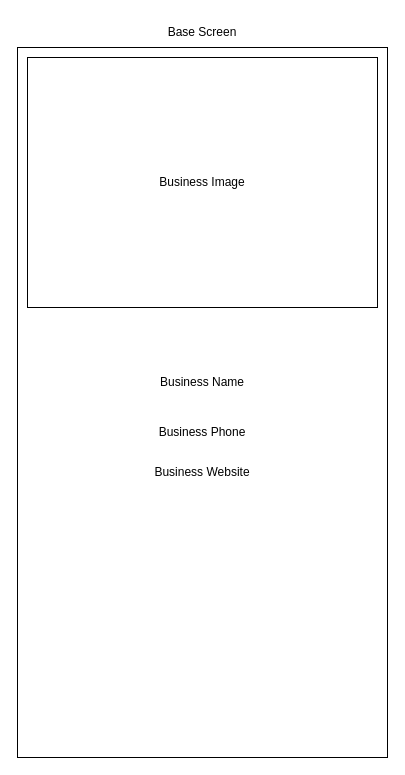
The draw.io diagram Week2/MyFirstApp/docs/BusinessInformation.drawio in ThomasJWolf/IST-236, before the edit. Source tidied: cells renumbered, new cells numbered last; positions are measured from the earlier drawing's top-left corner, leaving out a move shared by most shapes. Both pictures are drawn from the tidied source at 100%, with x=0, y=0 at pixel (17, 17).
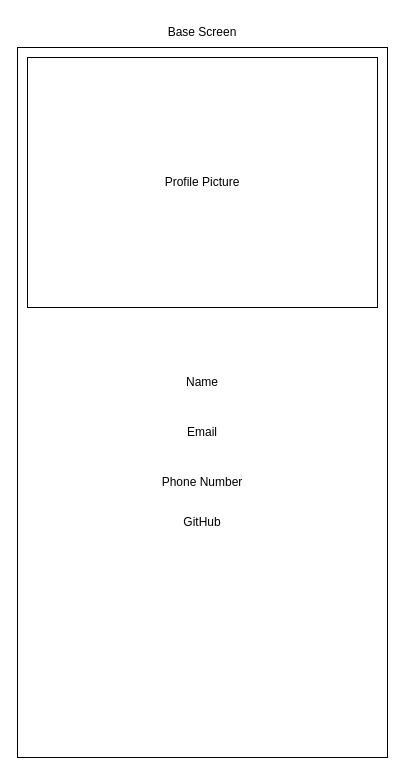
Above is the later version.

What changed in the source:
```diff
@@
 <mxGraphModel>
   <root>
     <mxCell id="0" />
     <mxCell id="1" parent="0" />
     <mxCell id="2" style="rounded=0;whiteSpace=wrap;html=1;" parent="1" vertex="1">
       <mxGeometry y="30" width="370" height="710" as="geometry" />
     </mxCell>
-    <mxCell id="3" value="Business Name" style="text;html=1;strokeColor=none;fillColor=none;align=center;verticalAlign=middle;whiteSpace=wrap;rounded=0;" parent="1" vertex="1">
+    <mxCell id="3" value="Name" style="text;html=1;strokeColor=none;fillColor=none;align=center;verticalAlign=middle;whiteSpace=wrap;rounded=0;" parent="1" vertex="1">
       <mxGeometry x="95" y="350" width="180" height="30" as="geometry" />
     </mxCell>
-    <mxCell id="4" value="Business Image" style="rounded=0;whiteSpace=wrap;html=1;" parent="1" vertex="1">
+    <mxCell id="4" value="Profile Picture" style="rounded=0;whiteSpace=wrap;html=1;" parent="1" vertex="1">
       <mxGeometry x="10" y="40" width="350" height="250" as="geometry" />
     </mxCell>
-    <mxCell id="5" value="Business Phone" style="text;html=1;strokeColor=none;fillColor=none;align=center;verticalAlign=middle;whiteSpace=wrap;rounded=0;" parent="1" vertex="1">
+    <mxCell id="5" value="Email" style="text;html=1;strokeColor=none;fillColor=none;align=center;verticalAlign=middle;whiteSpace=wrap;rounded=0;" parent="1" vertex="1">
       <mxGeometry x="135" y="400" width="100" height="30" as="geometry" />
     </mxCell>
-    <mxCell id="6" value="Business Website" style="text;html=1;strokeColor=none;fillColor=none;align=center;verticalAlign=middle;whiteSpace=wrap;rounded=0;" parent="1" vertex="1">
-      <mxGeometry x="135" y="440" width="100" height="30" as="geometry" />
+    <mxCell id="6" value="Phone Number" style="text;html=1;strokeColor=none;fillColor=none;align=center;verticalAlign=middle;whiteSpace=wrap;rounded=0;" parent="1" vertex="1">
+      <mxGeometry x="135" y="450" width="100" height="30" as="geometry" />
     </mxCell>
     <mxCell id="7" value="Base Screen" style="text;html=1;strokeColor=none;fillColor=none;align=center;verticalAlign=middle;whiteSpace=wrap;rounded=0;" parent="1" vertex="1">
       <mxGeometry x="125" width="120" height="30" as="geometry" />
     </mxCell>
+    <mxCell id="8" value="GitHub" style="text;html=1;strokeColor=none;fillColor=none;align=center;verticalAlign=middle;whiteSpace=wrap;rounded=0;" parent="1" vertex="1">
+      <mxGeometry x="135" y="490" width="100" height="30" as="geometry" />
+    </mxCell>
   </root>
 </mxGraphModel>
```
